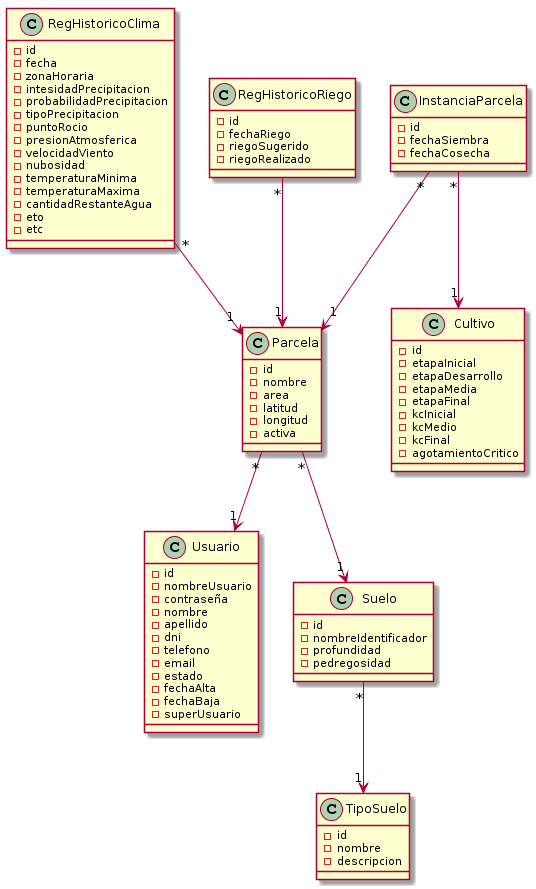
Above: Modelo de dominio/MDominio: Sistema de riego.png in FacuDeveloper/Sistema-de-riego (PlantUML), before the change. Source of this version:
```plantuml
@startuml
Parcela "*"-->"1" Usuario
Parcela "*"-->"1" Suelo
RegHistoricoClima "*"-->"1" Parcela
RegHistoricoRiego "*"-->"1" Parcela
InstanciaParcela "*"-->"1" Parcela
InstanciaParcela "*"-->"1" Cultivo
Suelo "*"-->"1" TipoSuelo

class Parcela {
-id
-nombre
-area
-latitud
-longitud
-activa
}

class Suelo {
-id
-nombreIdentificador
-profundidad
-pedregosidad
}

class Cultivo {
-id
-etapaInicial
-etapaDesarrollo
-etapaMedia
-etapaFinal
-kcInicial
-kcMedio
-kcFinal
-agotamientoCritico
}

class TipoSuelo {
-id
-nombre
-descripcion
}

class RegHistoricoClima {
-id
-fecha
-zonaHoraria
-intesidadPrecipitacion
-probabilidadPrecipitacion
-tipoPrecipitacion
-puntoRocio
-presionAtmosferica
-velocidadViento
-nubosidad
-temperaturaMinima
-temperaturaMaxima
-cantidadRestanteAgua
-eto
-etc
}

class InstanciaParcela {
-id
-fechaSiembra
-fechaCosecha
}

class RegHistoricoRiego {
-id
-fechaRiego
-riegoSugerido
-riegoRealizado
}

class Usuario {
-id
-nombreUsuario
-contraseña
-nombre
-apellido
-dni
-telefono
-email
-estado
-fechaAlta
-fechaBaja
-superUsuario
}
@enduml
```
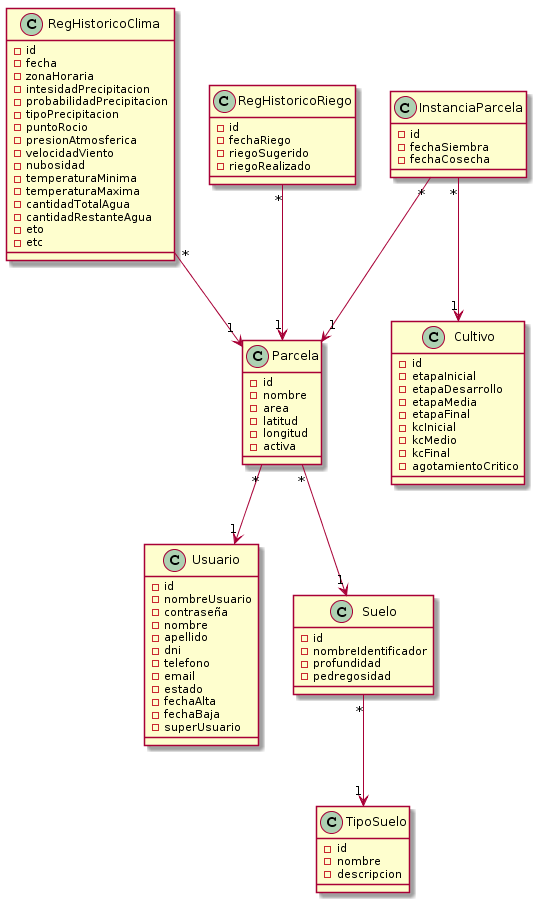
The same diagram one commit later.

Commit message:
Modelo de dominio, redefinido

Diff of the diagram source:
```diff
@@ -54,6 +54,7 @@
 -nubosidad
 -temperaturaMinima
 -temperaturaMaxima
+-cantidadTotalAgua
 -cantidadRestanteAgua
 -eto
 -etc
```
